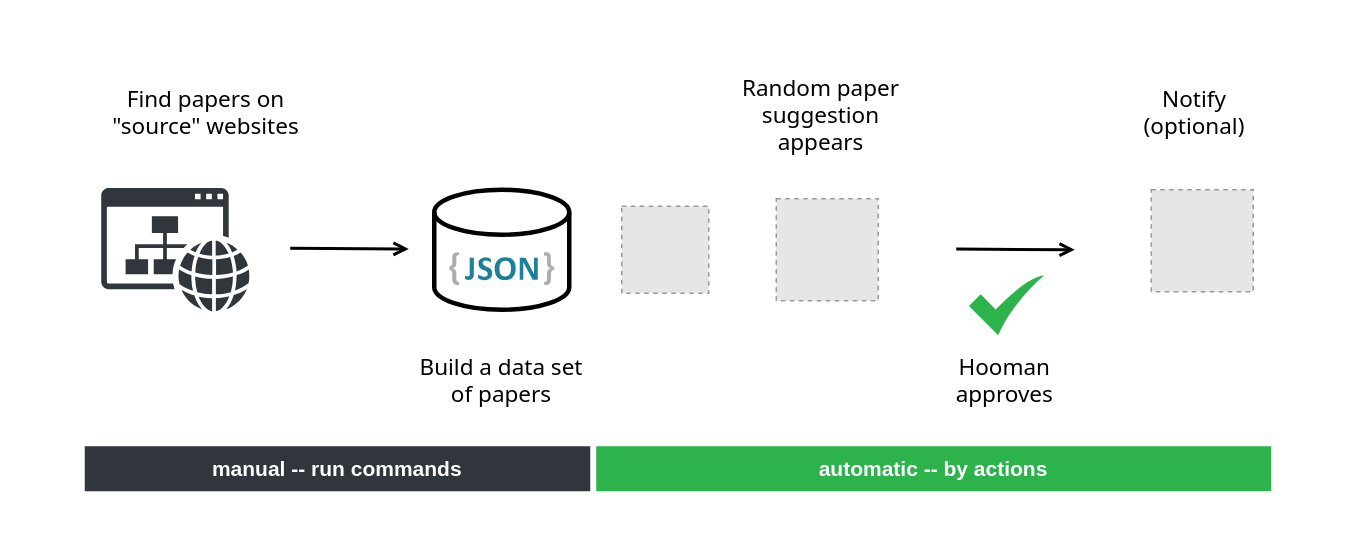
This is .github/assets/workflow.drawio from the-au-forml-lab/plgroup, a draw.io file, before an edit. Source tidied: cells renumbered, new cells numbered last; positions are measured from the earlier drawing's top-left corner, leaving out a move shared by most shapes. Both pictures are drawn from the tidied source at 150%, with x=0, y=0 at pixel (26, 26). Pictures stored in the file or linked from it are replaced by grey dashed boxes.
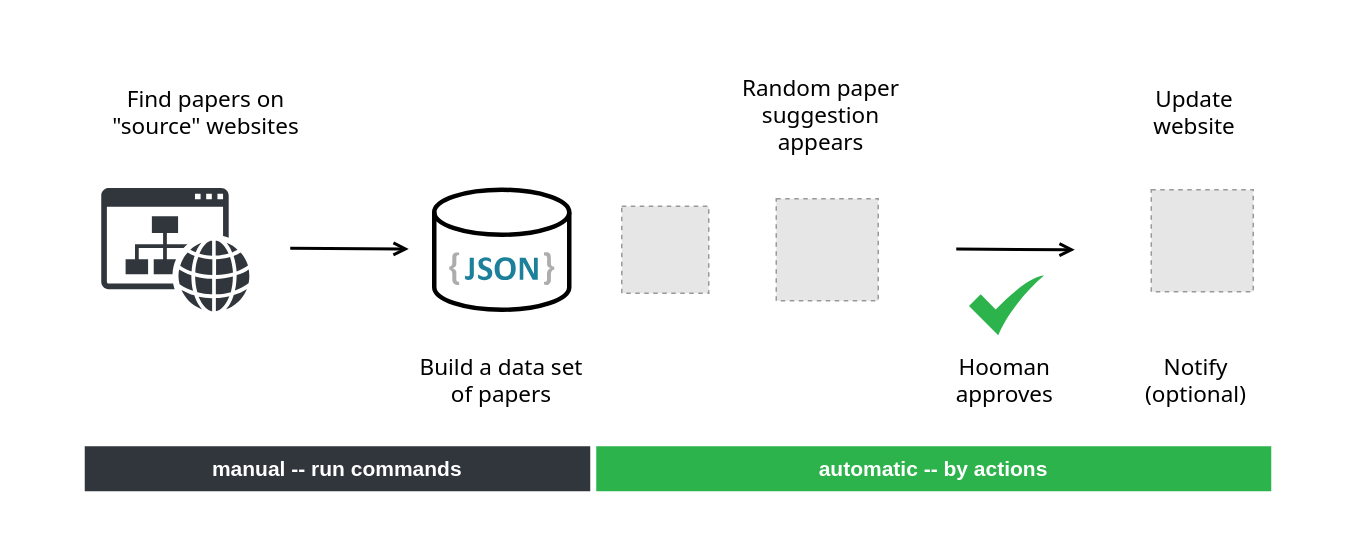
Above is the later version.

The edit, as a diff of the source:
```diff
@@
-    <mxCell id="14" value="Notify&lt;br&gt;(optional)" style="text;html=1;strokeColor=none;fillColor=none;align=center;verticalAlign=middle;whiteSpace=wrap;rounded=0;fontFamily=Tahoma;fontSize=15;" parent="1" vertex="1">
+    <mxCell id="14" value="Update&lt;br&gt;website" style="text;html=1;strokeColor=none;fillColor=none;align=center;verticalAlign=middle;whiteSpace=wrap;rounded=0;fontFamily=Tahoma;fontSize=15;" parent="1" vertex="1">
       <mxGeometry x="749" y="41" width="60" height="30" as="geometry" />
     </mxCell>
@@
+    <mxCell id="19" value="Notify&lt;br&gt;(optional)" style="text;html=1;strokeColor=none;fillColor=none;align=center;verticalAlign=middle;whiteSpace=wrap;rounded=0;fontFamily=Tahoma;fontSize=15;" parent="1" vertex="1">
+      <mxGeometry x="750" y="220" width="60" height="30" as="geometry" />
+    </mxCell>
```
